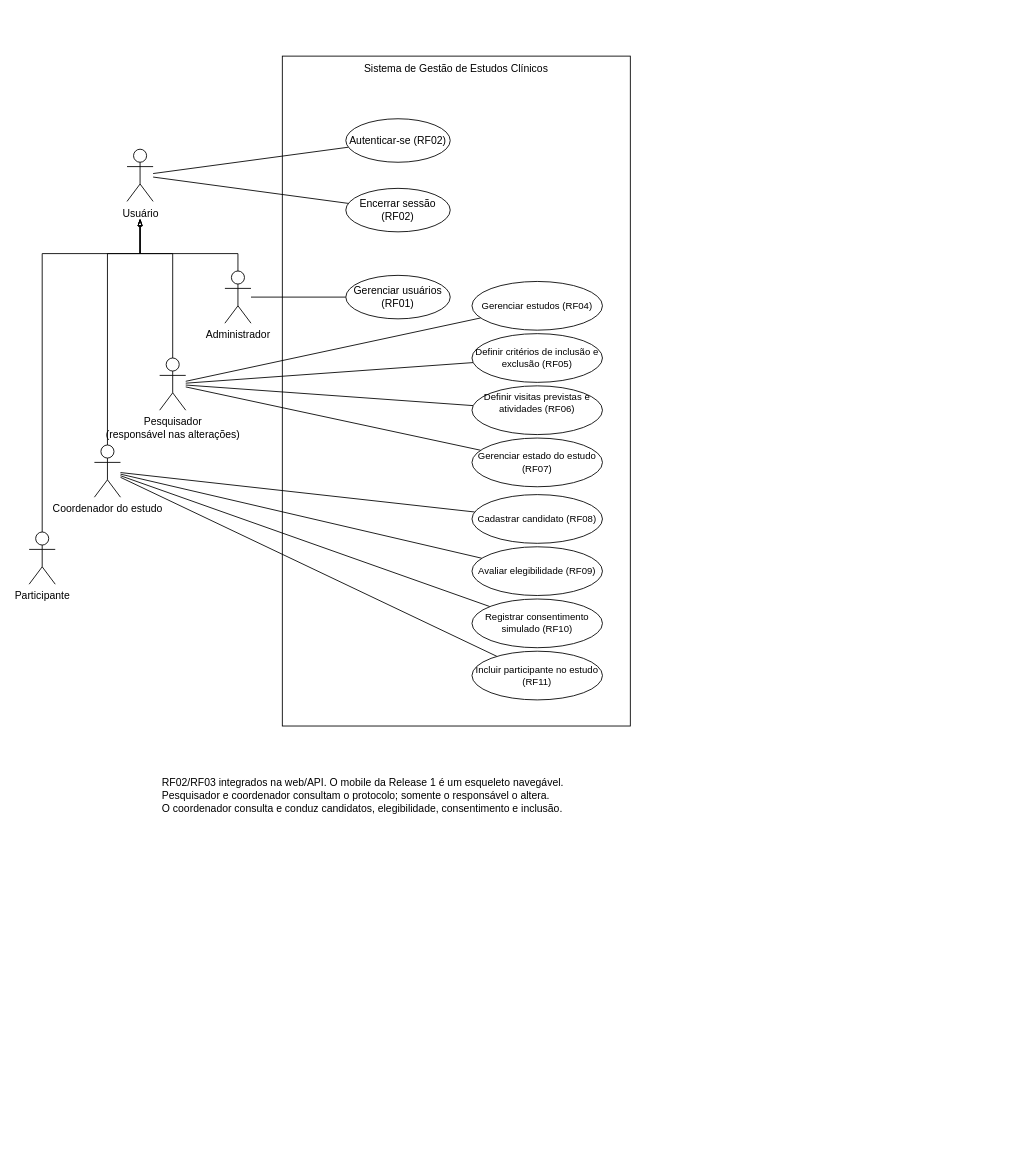
This is docs/diagrams/casos-de-uso.drawio from livdenner/ClinicalStudyPB-project, a draw.io file, before an edit. Source tidied: cells renumbered, new cells numbered last; positions are measured from the earlier drawing's top-left corner, leaving out a move shared by most shapes. Both pictures are drawn from the tidied source at 87%, with x=0, y=0 at pixel (29, 56).
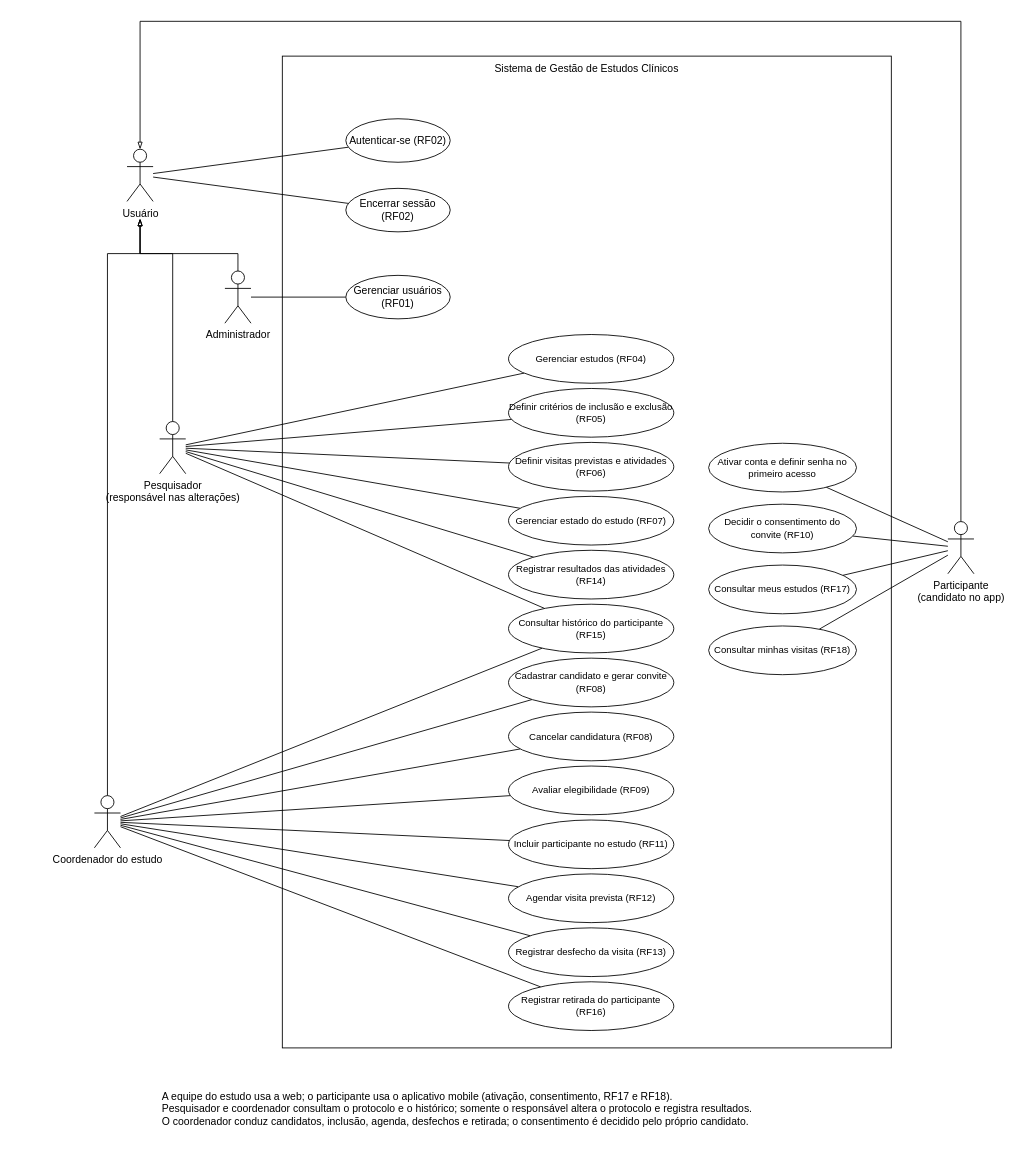
The same page after the edit.

The edit, as a diff of the source:
```diff
@@
     <mxCell id="2" style="rounded=0;whiteSpace=wrap;html=1;fillColor=none;" parent="1" vertex="1">
-      <mxGeometry x="291" width="400" height="770" as="geometry" />
+      <mxGeometry x="291" width="700" height="1140" as="geometry" />
     </mxCell>
@@
-    <mxCell id="8" style="edgeStyle=orthogonalEdgeStyle;rounded=0;jettySize=auto;html=1;endArrow=blockThin;endFill=0;" parent="1" edge="1" source="9">
+    <mxCell id="8" style="edgeStyle=orthogonalEdgeStyle;rounded=0;jettySize=auto;html=1;endArrow=blockThin;endFill=0;exitX=0.5;exitY=0;exitDx=0;exitDy=0;" parent="1" edge="1" source="9">
       <mxGeometry relative="1" as="geometry">
-        <mxPoint x="127.5" y="187" as="targetPoint" />
+        <mxPoint x="127.5" y="107" as="targetPoint" />
         <Array as="points">
-          <mxPoint x="15" y="227" />
-          <mxPoint x="127.5" y="227" />
+          <mxPoint x="1071" y="-40" />
+          <mxPoint x="127.5" y="-40" />
         </Array>
       </mxGeometry>
     </mxCell>
-    <mxCell id="9" value="Participante" style="shape=umlActor;verticalLabelPosition=bottom;verticalAlign=top;html=1;" parent="1" vertex="1">
-      <mxGeometry y="547" width="30" height="60" as="geometry" />
+    <mxCell id="9" value="Participante&lt;br/&gt;(candidato no app)" style="shape=umlActor;verticalLabelPosition=bottom;verticalAlign=top;html=1;" parent="1" vertex="1">
+      <mxGeometry x="1056" y="535" width="30" height="60" as="geometry" />
     </mxCell>
@@
+    <mxCell id="36" style="rounded=0;jettySize=auto;html=1;endArrow=none;endFill=0;" parent="1" edge="1" source="14" target="48">
+      <mxGeometry relative="1" as="geometry" />
+    </mxCell>
@@
-    <mxCell id="12" style="rounded=0;jettySize=auto;html=1;endArrow=none;endFill=0;" parent="1" edge="1" source="14" target="32">
-      <mxGeometry relative="1" as="geometry" />
-    </mxCell>
@@
+    <mxCell id="37" style="rounded=0;jettySize=auto;html=1;endArrow=none;endFill=0;" parent="1" edge="1" source="14" target="49">
+      <mxGeometry relative="1" as="geometry" />
+    </mxCell>
+    <mxCell id="38" style="rounded=0;jettySize=auto;html=1;endArrow=none;endFill=0;" parent="1" edge="1" source="14" target="50">
+      <mxGeometry relative="1" as="geometry" />
+    </mxCell>
+    <mxCell id="39" style="rounded=0;jettySize=auto;html=1;endArrow=none;endFill=0;" parent="1" edge="1" source="14" target="51">
+      <mxGeometry relative="1" as="geometry" />
+    </mxCell>
+    <mxCell id="40" style="rounded=0;jettySize=auto;html=1;endArrow=none;endFill=0;" parent="1" edge="1" source="14" target="47">
+      <mxGeometry relative="1" as="geometry" />
+    </mxCell>
     <mxCell id="14" value="Coordenador do estudo" style="shape=umlActor;verticalLabelPosition=bottom;verticalAlign=top;html=1;" parent="1" vertex="1">
-      <mxGeometry x="75" y="447" width="30" height="60" as="geometry" />
+      <mxGeometry x="75" y="850" width="30" height="60" as="geometry" />
     </mxCell>
@@
+    <mxCell id="41" style="rounded=0;jettySize=auto;html=1;endArrow=none;endFill=0;" parent="1" edge="1" source="19" target="46">
+      <mxGeometry relative="1" as="geometry" />
+    </mxCell>
+    <mxCell id="42" style="rounded=0;jettySize=auto;html=1;endArrow=none;endFill=0;" parent="1" edge="1" source="19" target="47">
+      <mxGeometry relative="1" as="geometry" />
+    </mxCell>
     <mxCell id="19" value="Pesquisador&lt;br/&gt;(responsável nas alterações)" style="shape=umlActor;verticalLabelPosition=bottom;verticalAlign=top;html=1;" parent="1" vertex="1">
-      <mxGeometry x="150" y="347" width="30" height="60" as="geometry" />
+      <mxGeometry x="150" y="420" width="30" height="60" as="geometry" />
     </mxCell>
+    <mxCell id="43" style="rounded=0;jettySize=auto;html=1;endArrow=none;endFill=0;" parent="1" edge="1" source="9" target="52">
+      <mxGeometry relative="1" as="geometry" />
+    </mxCell>
+    <mxCell id="12" style="rounded=0;jettySize=auto;html=1;endArrow=none;endFill=0;" parent="1" edge="1" source="9" target="32">
+      <mxGeometry relative="1" as="geometry" />
+    </mxCell>
+    <mxCell id="44" style="rounded=0;jettySize=auto;html=1;endArrow=none;endFill=0;" parent="1" edge="1" source="9" target="53">
+      <mxGeometry relative="1" as="geometry" />
+    </mxCell>
+    <mxCell id="45" style="rounded=0;jettySize=auto;html=1;endArrow=none;endFill=0;" parent="1" edge="1" source="9" target="54">
+      <mxGeometry relative="1" as="geometry" />
+    </mxCell>
@@
     <mxCell id="26" value="Gerenciar estudos (RF04)" style="ellipse;whiteSpace=wrap;html=1;fontSize=12;fontSize=11;" parent="1" vertex="1">
-      <mxGeometry x="509" y="259" width="150" height="56" as="geometry" />
+      <mxGeometry x="551" y="320" width="190" height="56" as="geometry" />
     </mxCell>
     <mxCell id="27" value="Definir critérios de inclusão e exclusão (RF05)" style="ellipse;whiteSpace=wrap;html=1;fontSize=12;fontSize=11;" parent="1" vertex="1">
-      <mxGeometry x="509" y="319" width="150" height="56" as="geometry" />
+      <mxGeometry x="551" y="382" width="190" height="56" as="geometry" />
     </mxCell>
-    <mxCell id="28" value="Definir visitas previstas e atividades (RF06)" style="ellipse;whiteSpace=wrap;html=1;verticalAlign=top;fontSize=12;fontSize=11;" parent="1" vertex="1">
-      <mxGeometry x="509" y="379" width="150" height="56" as="geometry" />
+    <mxCell id="28" value="Definir visitas previstas e atividades (RF06)" style="ellipse;whiteSpace=wrap;html=1;fontSize=12;fontSize=11;" parent="1" vertex="1">
+      <mxGeometry x="551" y="444" width="190" height="56" as="geometry" />
     </mxCell>
     <mxCell id="29" value="Gerenciar estado do estudo (RF07)" style="ellipse;whiteSpace=wrap;html=1;fontSize=12;fontSize=11;" parent="1" vertex="1">
-      <mxGeometry x="509" y="439" width="150" height="56" as="geometry" />
+      <mxGeometry x="551" y="506" width="190" height="56" as="geometry" />
     </mxCell>
+    <mxCell id="46" value="Registrar resultados das atividades (RF14)" style="ellipse;whiteSpace=wrap;html=1;fontSize=12;fontSize=11;" parent="1" vertex="1">
+      <mxGeometry x="551" y="568" width="190" height="56" as="geometry" />
+    </mxCell>
+    <mxCell id="47" value="Consultar histórico do participante (RF15)" style="ellipse;whiteSpace=wrap;html=1;fontSize=12;fontSize=11;" parent="1" vertex="1">
+      <mxGeometry x="551" y="630" width="190" height="56" as="geometry" />
+    </mxCell>
-    <mxCell id="30" value="Cadastrar candidato (RF08)" style="ellipse;whiteSpace=wrap;html=1;fontSize=12;fontSize=11;" parent="1" vertex="1">
-      <mxGeometry x="509" y="504" width="150" height="56" as="geometry" />
+    <mxCell id="30" value="Cadastrar candidato e gerar convite (RF08)" style="ellipse;whiteSpace=wrap;html=1;fontSize=12;fontSize=11;" parent="1" vertex="1">
+      <mxGeometry x="551" y="692" width="190" height="56" as="geometry" />
     </mxCell>
+    <mxCell id="48" value="Cancelar candidatura (RF08)" style="ellipse;whiteSpace=wrap;html=1;fontSize=12;fontSize=11;" parent="1" vertex="1">
+      <mxGeometry x="551" y="754" width="190" height="56" as="geometry" />
+    </mxCell>
     <mxCell id="31" value="Avaliar elegibilidade (RF09)" style="ellipse;whiteSpace=wrap;html=1;fontSize=12;fontSize=11;" parent="1" vertex="1">
-      <mxGeometry x="509" y="564" width="150" height="56" as="geometry" />
+      <mxGeometry x="551" y="816" width="190" height="56" as="geometry" />
     </mxCell>
+    <mxCell id="33" value="Incluir participante no estudo (RF11)" style="ellipse;whiteSpace=wrap;html=1;fontSize=12;fontSize=11;" parent="1" vertex="1">
+      <mxGeometry x="551" y="878" width="190" height="56" as="geometry" />
+    </mxCell>
+    <mxCell id="49" value="Agendar visita prevista (RF12)" style="ellipse;whiteSpace=wrap;html=1;fontSize=12;fontSize=11;" parent="1" vertex="1">
+      <mxGeometry x="551" y="940" width="190" height="56" as="geometry" />
+    </mxCell>
+    <mxCell id="50" value="Registrar desfecho da visita (RF13)" style="ellipse;whiteSpace=wrap;html=1;fontSize=12;fontSize=11;" parent="1" vertex="1">
+      <mxGeometry x="551" y="1002" width="190" height="56" as="geometry" />
+    </mxCell>
+    <mxCell id="51" value="Registrar retirada do participante (RF16)" style="ellipse;whiteSpace=wrap;html=1;fontSize=12;fontSize=11;" parent="1" vertex="1">
+      <mxGeometry x="551" y="1064" width="190" height="56" as="geometry" />
+    </mxCell>
+    <mxCell id="52" value="Ativar conta e definir senha no primeiro acesso" style="ellipse;whiteSpace=wrap;html=1;fontSize=12;fontSize=11;" parent="1" vertex="1">
+      <mxGeometry x="781" y="445" width="170" height="56" as="geometry" />
+    </mxCell>
-    <mxCell id="32" value="Registrar consentimento simulado (RF10)" style="ellipse;whiteSpace=wrap;html=1;fontSize=12;fontSize=11;" parent="1" vertex="1">
-      <mxGeometry x="509" y="624" width="150" height="56" as="geometry" />
+    <mxCell id="32" value="Decidir o consentimento do convite (RF10)" style="ellipse;whiteSpace=wrap;html=1;fontSize=12;fontSize=11;" parent="1" vertex="1">
+      <mxGeometry x="781" y="515" width="170" height="56" as="geometry" />
     </mxCell>
-    <mxCell id="33" value="Incluir participante no estudo (RF11)" style="ellipse;whiteSpace=wrap;html=1;fontSize=12;fontSize=11;" parent="1" vertex="1">
-      <mxGeometry x="509" y="684" width="150" height="56" as="geometry" />
-    </mxCell>
+    <mxCell id="53" value="Consultar meus estudos (RF17)" style="ellipse;whiteSpace=wrap;html=1;fontSize=12;fontSize=11;" parent="1" vertex="1">
+      <mxGeometry x="781" y="585" width="170" height="56" as="geometry" />
+    </mxCell>
+    <mxCell id="54" value="Consultar minhas visitas (RF18)" style="ellipse;whiteSpace=wrap;html=1;fontSize=12;fontSize=11;" parent="1" vertex="1">
+      <mxGeometry x="781" y="655" width="170" height="56" as="geometry" />
+    </mxCell>
     <mxCell id="34" value="Sistema de Gestão de Estudos Clínicos" style="text;html=1;whiteSpace=wrap;strokeColor=none;fillColor=none;align=center;verticalAlign=middle;rounded=0;" parent="1" vertex="1">
-      <mxGeometry x="291" width="400" height="30" as="geometry" />
+      <mxGeometry x="291" width="700" height="30" as="geometry" />
     </mxCell>
-    <mxCell id="35" value="RF02/RF03 integrados na web/API. O mobile da Release 1 é um esqueleto navegável.&lt;br/&gt;Pesquisador e coordenador consultam o protocolo; somente o responsável o altera.&lt;br/&gt;O coordenador consulta e conduz candidatos, elegibilidade, consentimento e inclusão." style="text;html=1;whiteSpace=wrap;align=left;verticalAlign=middle;fontColor=#000000;fontSize=15;fontSize=12;" parent="1" vertex="1">
-      <mxGeometry x="151" y="805" width="630" height="90" as="geometry" />
+    <mxCell id="35" value="A equipe do estudo usa a web; o participante usa o aplicativo mobile (ativação, consentimento, RF17 e RF18).&lt;br/&gt;Pesquisador e coordenador consultam o protocolo e o histórico; somente o responsável altera o protocolo e registra resultados.&lt;br/&gt;O coordenador conduz candidatos, inclusão, agenda, desfechos e retirada; o consentimento é decidido pelo próprio candidato." style="text;html=1;whiteSpace=wrap;align=left;verticalAlign=middle;fontColor=#000000;fontSize=15;fontSize=12;" parent="1" vertex="1">
+      <mxGeometry x="151" y="1165" width="860" height="90" as="geometry" />
     </mxCell>
```
